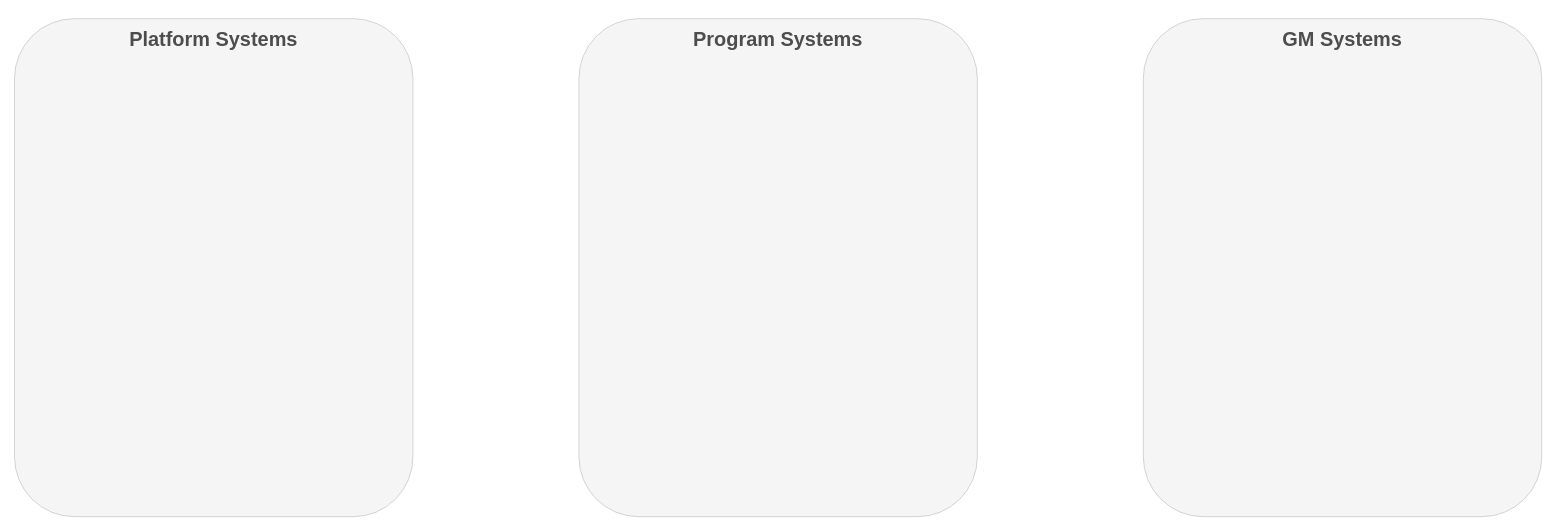
The draw.io diagram platform-iframe-hld.drawio in ssharifdev/draw.io, before the edit. Source tidied: cells renumbered, new cells numbered last; positions are measured from the earlier drawing's top-left corner, leaving out a move shared by most shapes. Both pictures are drawn from the tidied source at 83%, with x=0, y=0 at pixel (14, 18).
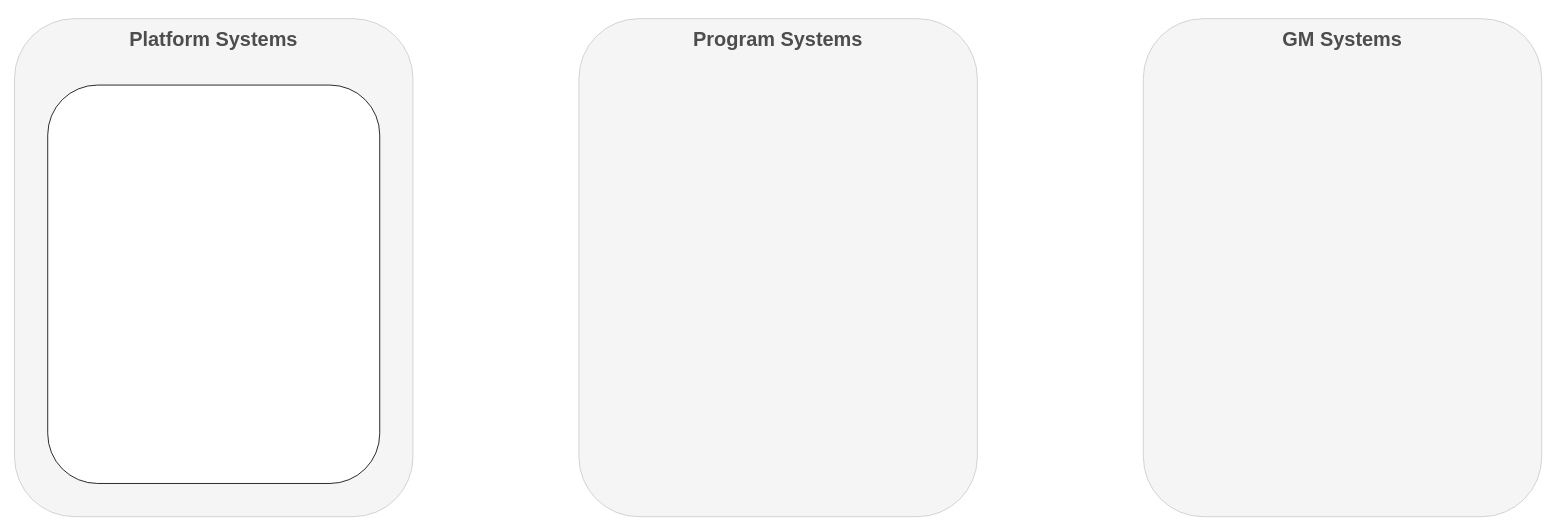
Above is the later version.

What changed in the source:
```diff
@@
 <mxGraphModel>
   <root>
     <mxCell id="0" />
     <mxCell id="1" parent="0" />
     <mxCell id="2" style="rounded=1;whiteSpace=wrap;html=1;fillColor=#f5f5f5;fontColor=#333333;strokeColor=#CCCCCC;" parent="1" vertex="1">
       <mxGeometry width="480" height="600" as="geometry" />
     </mxCell>
     <mxCell id="3" style="rounded=1;whiteSpace=wrap;html=1;fillColor=#f5f5f5;fontColor=#333333;strokeColor=#CCCCCC;" parent="1" vertex="1">
       <mxGeometry x="680" width="480" height="600" as="geometry" />
     </mxCell>
     <mxCell id="4" style="rounded=1;whiteSpace=wrap;html=1;fillColor=#f5f5f5;fontColor=#333333;strokeColor=#CCCCCC;" parent="1" vertex="1">
       <mxGeometry x="1360" width="480" height="600" as="geometry" />
     </mxCell>
     <mxCell id="5" value="&lt;h1&gt;&lt;b&gt;Platform Systems&lt;/b&gt;&lt;/h1&gt;" style="text;html=1;align=center;verticalAlign=middle;whiteSpace=wrap;rounded=0;fontColor=#4D4D4D;" parent="1" vertex="1">
       <mxGeometry x="105" y="10" width="270" height="30" as="geometry" />
     </mxCell>
     <mxCell id="6" value="&lt;h1&gt;&lt;b&gt;Program Systems&lt;/b&gt;&lt;/h1&gt;" style="text;html=1;align=center;verticalAlign=middle;whiteSpace=wrap;rounded=0;fontColor=#4D4D4D;" parent="1" vertex="1">
       <mxGeometry x="785" y="10" width="270" height="30" as="geometry" />
     </mxCell>
     <mxCell id="7" value="&lt;h1&gt;&lt;b&gt;GM Systems&lt;/b&gt;&lt;/h1&gt;" style="text;html=1;align=center;verticalAlign=middle;whiteSpace=wrap;rounded=0;fontColor=#4D4D4D;" parent="1" vertex="1">
       <mxGeometry x="1465" y="10" width="270" height="30" as="geometry" />
     </mxCell>
+    <mxCell id="8" style="rounded=1;whiteSpace=wrap;html=1;" parent="1" vertex="1">
+      <mxGeometry x="40" y="80" width="400" height="480" as="geometry" />
+    </mxCell>
   </root>
 </mxGraphModel>
```
